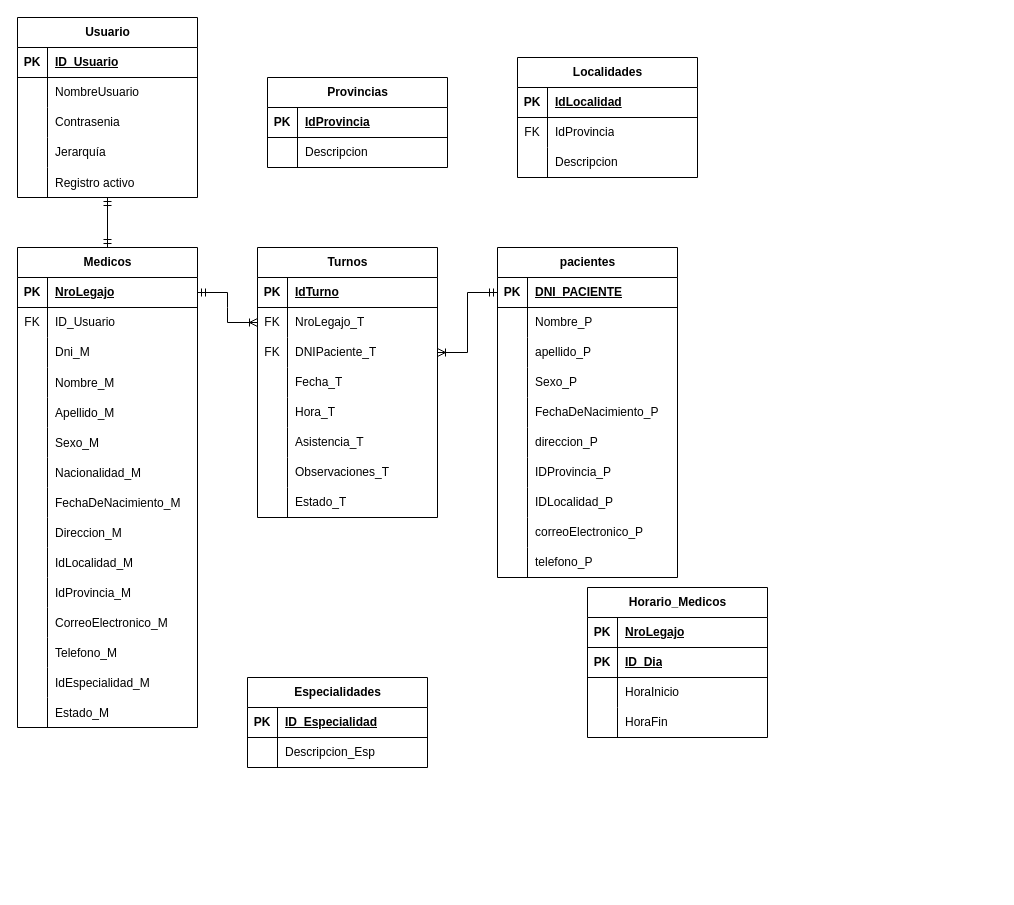
Before: DER_Clinica.drawio in ZerothVeratross/tpi-progra3, a draw.io diagram. Source tidied: cells renumbered, new cells numbered last; positions are measured from the earlier drawing's top-left corner, leaving out a move shared by most shapes. Both pictures are drawn from the tidied source at 100%, with x=0, y=0 at pixel (17, 17).
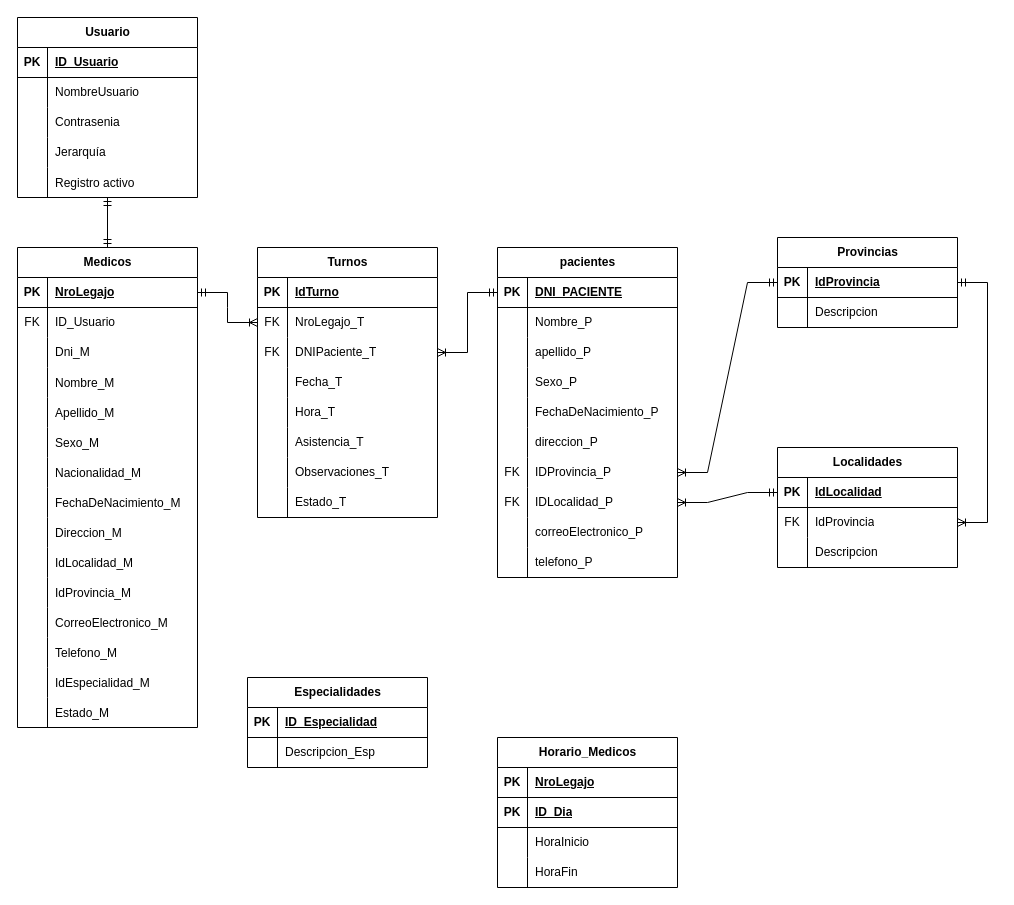
Above is the later version.

Commit message:
Agregado relaciones entre las tablas Pacientes, Provincias y Localidades

Unchanged cells that the change refers to:
```xml
<mxCell id="20" style="shape=tableRow;horizontal=0;startSize=0;swimlaneHead=0;swimlaneBody=0;fillColor=none;points=[[0,0.5],[1,0.5]];portConstraint=eastwest;top=0;left=0;right=0;bottom=1;" parent="19" vertex="1">
  <mxGeometry y="30" width="180" height="30" as="geometry" />
</mxCell>
<mxCell id="23" style="shape=tableRow;horizontal=0;startSize=0;swimlaneHead=0;swimlaneBody=0;fillColor=none;points=[[0,0.5],[1,0.5]];portConstraint=eastwest;top=0;left=0;right=0;bottom=0;" parent="19" vertex="1">
  <mxGeometry y="60" width="180" height="30" as="geometry" />
</mxCell>
<mxCell id="30" style="shape=tableRow;horizontal=0;startSize=0;swimlaneHead=0;swimlaneBody=0;fillColor=none;points=[[0,0.5],[1,0.5]];portConstraint=eastwest;top=0;left=0;right=0;bottom=1;" parent="29" vertex="1">
  <mxGeometry y="30" width="180" height="30" as="geometry" />
</mxCell>
<mxCell id="80" style="shape=tableRow;horizontal=0;startSize=0;swimlaneHead=0;swimlaneBody=0;fillColor=none;points=[[0,0.5],[1,0.5]];portConstraint=eastwest;top=0;left=0;right=0;bottom=0;" parent="61" vertex="1">
  <mxGeometry y="210" width="180" height="30" as="geometry" />
</mxCell>
<mxCell id="83" style="shape=tableRow;horizontal=0;startSize=0;swimlaneHead=0;swimlaneBody=0;fillColor=none;points=[[0,0.5],[1,0.5]];portConstraint=eastwest;top=0;left=0;right=0;bottom=0;" parent="61" vertex="1">
  <mxGeometry y="240" width="180" height="30" as="geometry" />
</mxCell>
```

Diff of the diagram source:
```diff
@@
     <mxCell id="19" value="Localidades" style="shape=table;startSize=30;childLayout=tableLayout;rowLines=0;fontStyle=1;align=center;html=1;" parent="1" vertex="1">
-      <mxGeometry x="500" y="40" width="180" height="120" as="geometry" />
+      <mxGeometry x="760" y="430" width="180" height="120" as="geometry" />
     </mxCell>
@@
     <mxCell id="29" value="Provincias" style="shape=table;startSize=30;childLayout=tableLayout;rowLines=0;fontStyle=1;align=center;html=1;" parent="1" vertex="1">
-      <mxGeometry x="250" y="60" width="180" height="90" as="geometry" />
+      <mxGeometry x="760" y="220" width="180" height="90" as="geometry" />
     </mxCell>
@@
-    <mxCell id="81" style="shape=partialRectangle;fillColor=none;top=0;left=0;bottom=0;right=0;overflow=hidden;whiteSpace=wrap;html=1;" parent="80" vertex="1">
+    <mxCell id="81" value="FK" style="shape=partialRectangle;fillColor=none;top=0;left=0;bottom=0;right=0;overflow=hidden;whiteSpace=wrap;html=1;" parent="80" vertex="1">
       <mxGeometry width="30" height="30" as="geometry" />
     </mxCell>
@@
-    <mxCell id="84" style="shape=partialRectangle;fillColor=none;top=0;left=0;bottom=0;right=0;overflow=hidden;whiteSpace=wrap;html=1;" parent="83" vertex="1">
+    <mxCell id="84" value="FK" style="shape=partialRectangle;fillColor=none;top=0;left=0;bottom=0;right=0;overflow=hidden;whiteSpace=wrap;html=1;" parent="83" vertex="1">
       <mxGeometry width="30" height="30" as="geometry" />
     </mxCell>
@@
     <mxCell id="145" value="Horario&lt;span style=&quot;background-color: transparent; color: light-dark(rgb(0, 0, 0), rgb(255, 255, 255));&quot;&gt;_Medicos&lt;/span&gt;" style="shape=table;startSize=30;childLayout=tableLayout;rowLines=0;fontStyle=1;align=center;html=1;" parent="1" vertex="1">
-      <mxGeometry x="570" y="570" width="180" height="150" as="geometry" />
+      <mxGeometry x="480" y="720" width="180" height="150" as="geometry" />
     </mxCell>
@@
+    <mxCell id="160" style="edgeStyle=entityRelationEdgeStyle;fontSize=12;html=1;endArrow=ERoneToMany;startArrow=ERmandOne;rounded=0;exitX=0;exitY=0.5;exitDx=0;exitDy=0;entryX=1;entryY=0.5;entryDx=0;entryDy=0;" parent="1" edge="1" source="30" target="80">
+      <mxGeometry relative="1" as="geometry" />
+    </mxCell>
+    <mxCell id="161" style="edgeStyle=entityRelationEdgeStyle;fontSize=12;html=1;endArrow=ERoneToMany;startArrow=ERmandOne;rounded=0;exitX=0;exitY=0.5;exitDx=0;exitDy=0;" parent="1" edge="1" source="20" target="83">
+      <mxGeometry relative="1" as="geometry" />
+    </mxCell>
+    <mxCell id="162" style="edgeStyle=entityRelationEdgeStyle;fontSize=12;html=1;endArrow=ERoneToMany;startArrow=ERmandOne;rounded=0;exitX=1;exitY=0.5;exitDx=0;exitDy=0;entryX=1;entryY=0.5;entryDx=0;entryDy=0;" parent="1" edge="1" source="30" target="23">
+      <mxGeometry relative="1" as="geometry" />
+    </mxCell>
```
